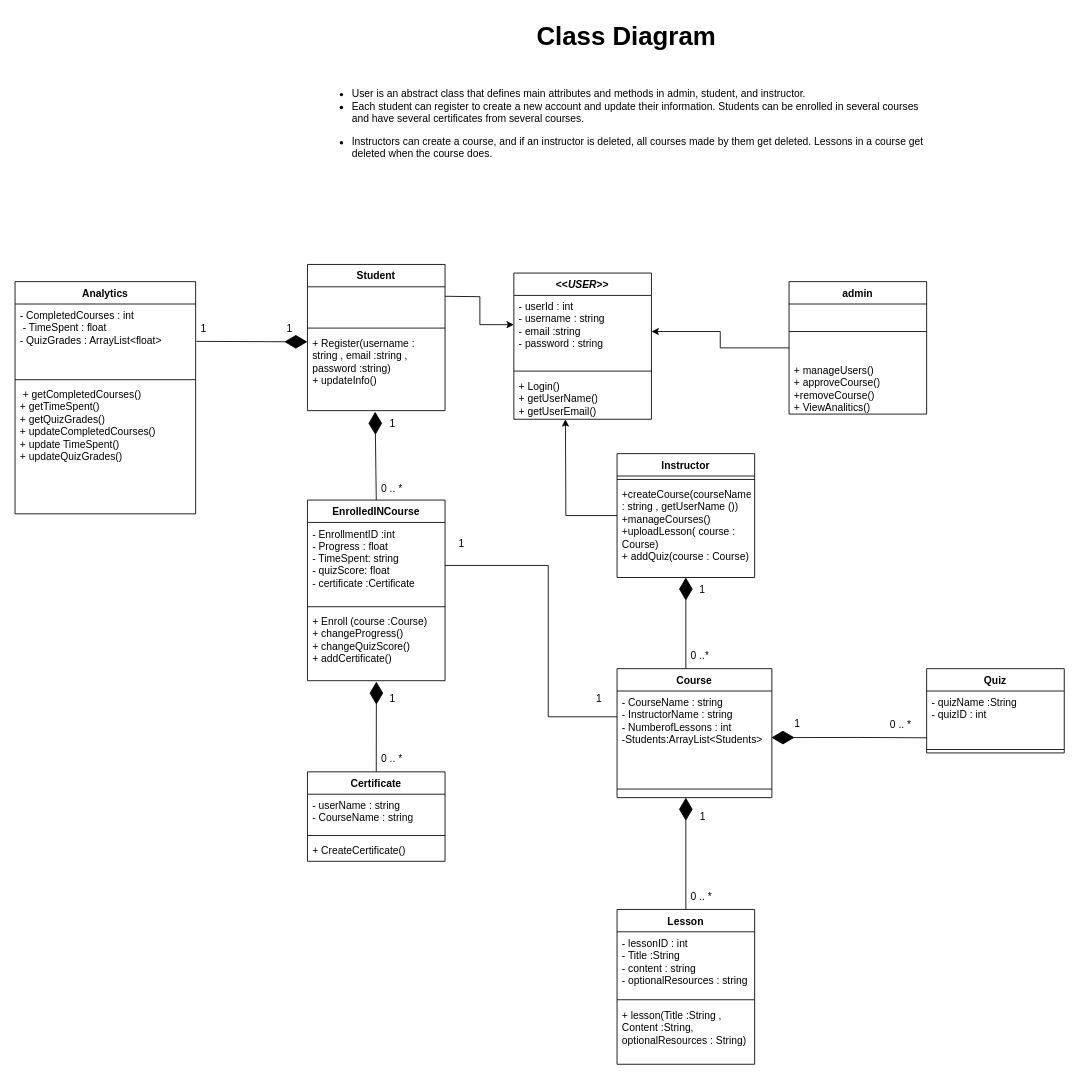
Above: Class.drawio in catray05/prog2_lab6 (draw.io), before the change. Source tidied: cells renumbered, new cells numbered last; positions are measured from the earlier drawing's top-left corner, leaving out a move shared by most shapes. Both pictures are drawn from the tidied source at 86%, with x=0, y=0 at pixel (15, 15).
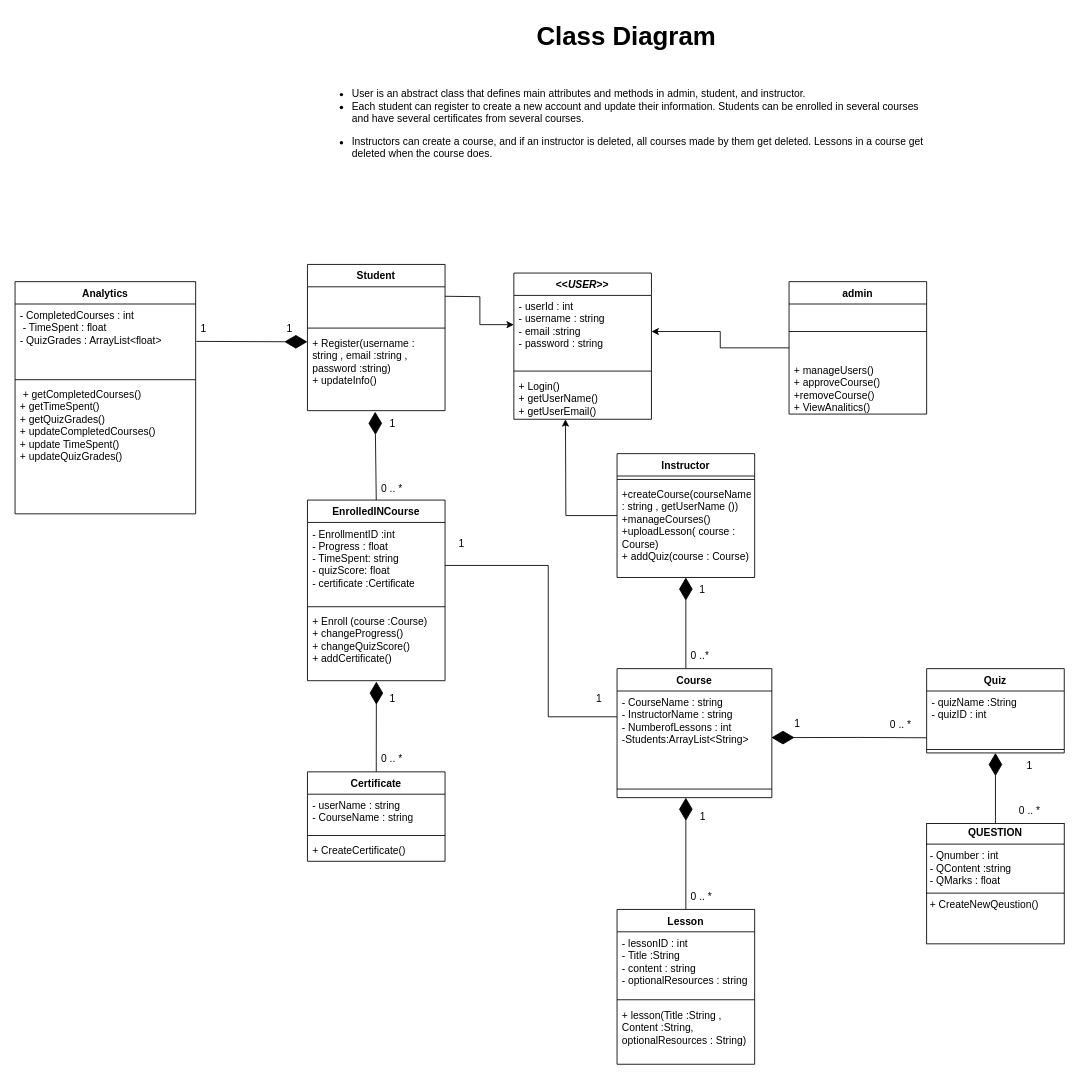
The same diagram, later.

The change refers to these unchanged cells:
```xml
<mxCell id="20" value="Course" style="swimlane;fontStyle=1;align=center;verticalAlign=top;horizontal=1;startSize=26;whiteSpace=wrap;html=1;" parent="1" vertex="1">
  <mxGeometry x="700" y="760" width="180" height="150" as="geometry" />
</mxCell>
<mxCell id="57" value="Quiz" style="swimlane;fontStyle=1;align=center;verticalAlign=top;horizontal=1;startSize=26;whiteSpace=wrap;html=1;" parent="1" vertex="1">
  <mxGeometry x="1060" y="760" width="160" height="98" as="geometry" />
</mxCell>
```

What changed in the source:
```diff
@@
-    <mxCell id="21" value="&lt;div&gt;- CourseName : string&lt;/div&gt;&lt;div&gt;- InstructorName : string&lt;/div&gt;&lt;div&gt;- NumberofLessons : int&lt;/div&gt;&lt;div&gt;-Students:ArrayList&amp;lt;Students&amp;gt;&lt;/div&gt;" style="text;align=left;verticalAlign=top;spacingLeft=4;spacingRight=4;overflow=hidden;points=[[0,0.5],[1,0.5]];portConstraint=eastwest;whiteSpace=wrap;html=1;" parent="20" vertex="1">
+    <mxCell id="21" value="&lt;div&gt;- CourseName : string&lt;/div&gt;&lt;div&gt;- InstructorName : string&lt;/div&gt;&lt;div&gt;- NumberofLessons : int&lt;/div&gt;&lt;div&gt;-Students:ArrayList&amp;lt;String&amp;gt;&lt;/div&gt;" style="text;align=left;verticalAlign=top;spacingLeft=4;spacingRight=4;overflow=hidden;points=[[0,0.5],[1,0.5]];portConstraint=eastwest;whiteSpace=wrap;html=1;" parent="20" vertex="1">
       <mxGeometry y="26" width="180" height="104" as="geometry" />
     </mxCell>
@@
+    <mxCell id="63" value="&lt;p style=&quot;margin:0px;margin-top:4px;text-align:center;&quot;&gt;&lt;b&gt;QUESTION&lt;/b&gt;&lt;/p&gt;&lt;hr size=&quot;1&quot; style=&quot;border-style:solid;&quot;&gt;&lt;p style=&quot;margin:0px;margin-left:4px;&quot;&gt;- Qnumber : int&lt;/p&gt;&lt;p style=&quot;margin:0px;margin-left:4px;&quot;&gt;- QContent :string&lt;/p&gt;&lt;p style=&quot;margin:0px;margin-left:4px;&quot;&gt;- QMarks : float&lt;/p&gt;&lt;hr size=&quot;1&quot; style=&quot;border-style:solid;&quot;&gt;&lt;p style=&quot;margin:0px;margin-left:4px;&quot;&gt;+ CreateNewQeustion()&lt;/p&gt;" style="verticalAlign=top;align=left;overflow=fill;html=1;whiteSpace=wrap;" parent="1" vertex="1">
+      <mxGeometry x="1060" y="940" width="160" height="140" as="geometry" />
+    </mxCell>
+    <mxCell id="64" style="endArrow=diamondThin;endFill=1;endSize=24;html=1;rounded=0;exitX=0.5;exitY=0;exitDx=0;exitDy=0;entryX=0.5;entryY=1;entryDx=0;entryDy=0;" parent="1" edge="1" source="63" target="57">
+      <mxGeometry relative="1" as="geometry" />
+    </mxCell>
+    <mxCell id="65" value="1" style="text;html=1;whiteSpace=wrap;strokeColor=none;fillColor=none;align=center;verticalAlign=middle;rounded=0;" parent="1" vertex="1">
+      <mxGeometry x="1150" y="858" width="60" height="30" as="geometry" />
+    </mxCell>
+    <mxCell id="66" value="0 .. *" style="text;html=1;whiteSpace=wrap;strokeColor=none;fillColor=none;align=center;verticalAlign=middle;rounded=0;" parent="1" vertex="1">
+      <mxGeometry x="1150" y="910" width="60" height="30" as="geometry" />
+    </mxCell>
```
